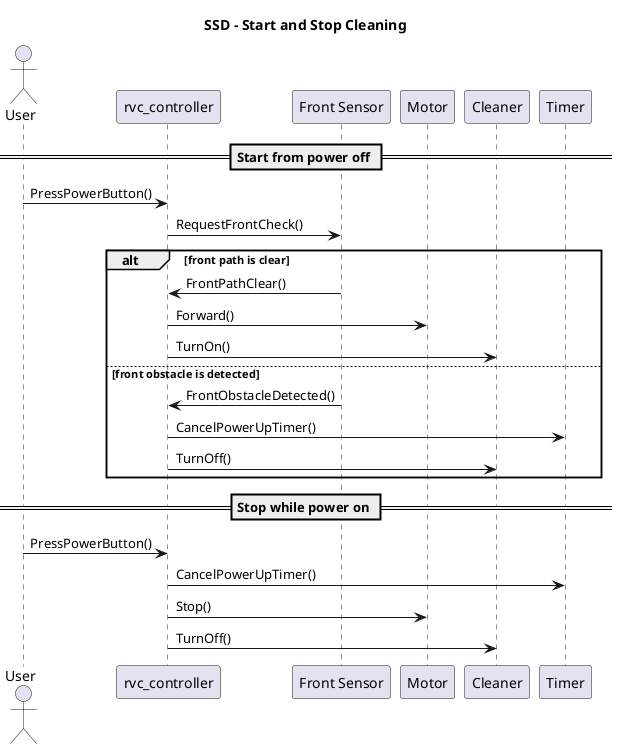
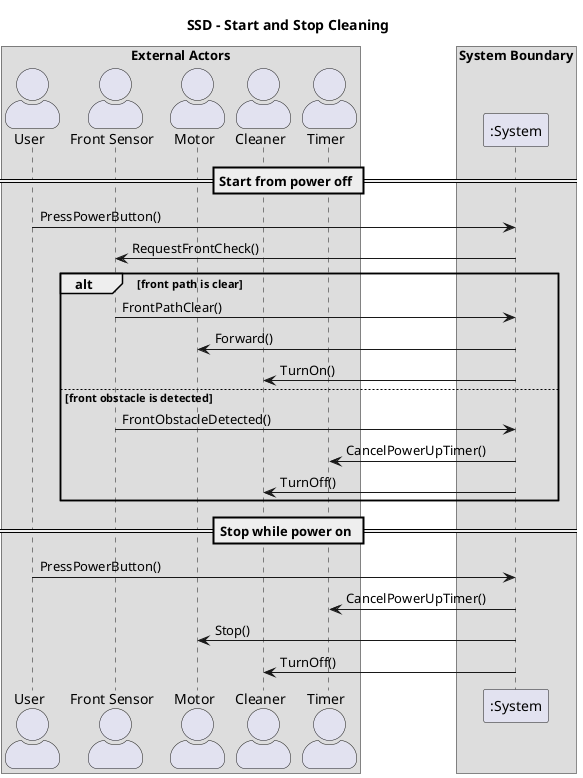
@startuml
title SSD - Start and Stop Cleaning

+ skinparam actorStyle awesome
+ 
+ box "External Actors"
actor User
- participant "rvc_controller" as Controller
- participant "Front Sensor" as FrontSensor
- participant Motor
- participant Cleaner
- participant Timer
+ actor "Front Sensor" as FrontSensor
+ actor Motor
+ actor Cleaner
+ actor Timer
+ end box
+ 
+ box "System Boundary"
+ participant ":System" as System
+ end box

== Start from power off ==
- User -> Controller: PressPowerButton()
- Controller -> FrontSensor: RequestFrontCheck()
+ User -> System: PressPowerButton()
+ System -> FrontSensor: RequestFrontCheck()

alt front path is clear
-   FrontSensor -> Controller: FrontPathClear()
-   Controller -> Motor: Forward()
-   Controller -> Cleaner: TurnOn()
+   FrontSensor -> System: FrontPathClear()
+   System -> Motor: Forward()
+   System -> Cleaner: TurnOn()
else front obstacle is detected
-   FrontSensor -> Controller: FrontObstacleDetected()
-   Controller -> Timer: CancelPowerUpTimer()
-   Controller -> Cleaner: TurnOff()
+   FrontSensor -> System: FrontObstacleDetected()
+   System -> Timer: CancelPowerUpTimer()
+   System -> Cleaner: TurnOff()
end

== Stop while power on ==
- User -> Controller: PressPowerButton()
- Controller -> Timer: CancelPowerUpTimer()
- Controller -> Motor: Stop()
- Controller -> Cleaner: TurnOff()
+ User -> System: PressPowerButton()
+ System -> Timer: CancelPowerUpTimer()
+ System -> Motor: Stop()
+ System -> Cleaner: TurnOff()
@enduml
